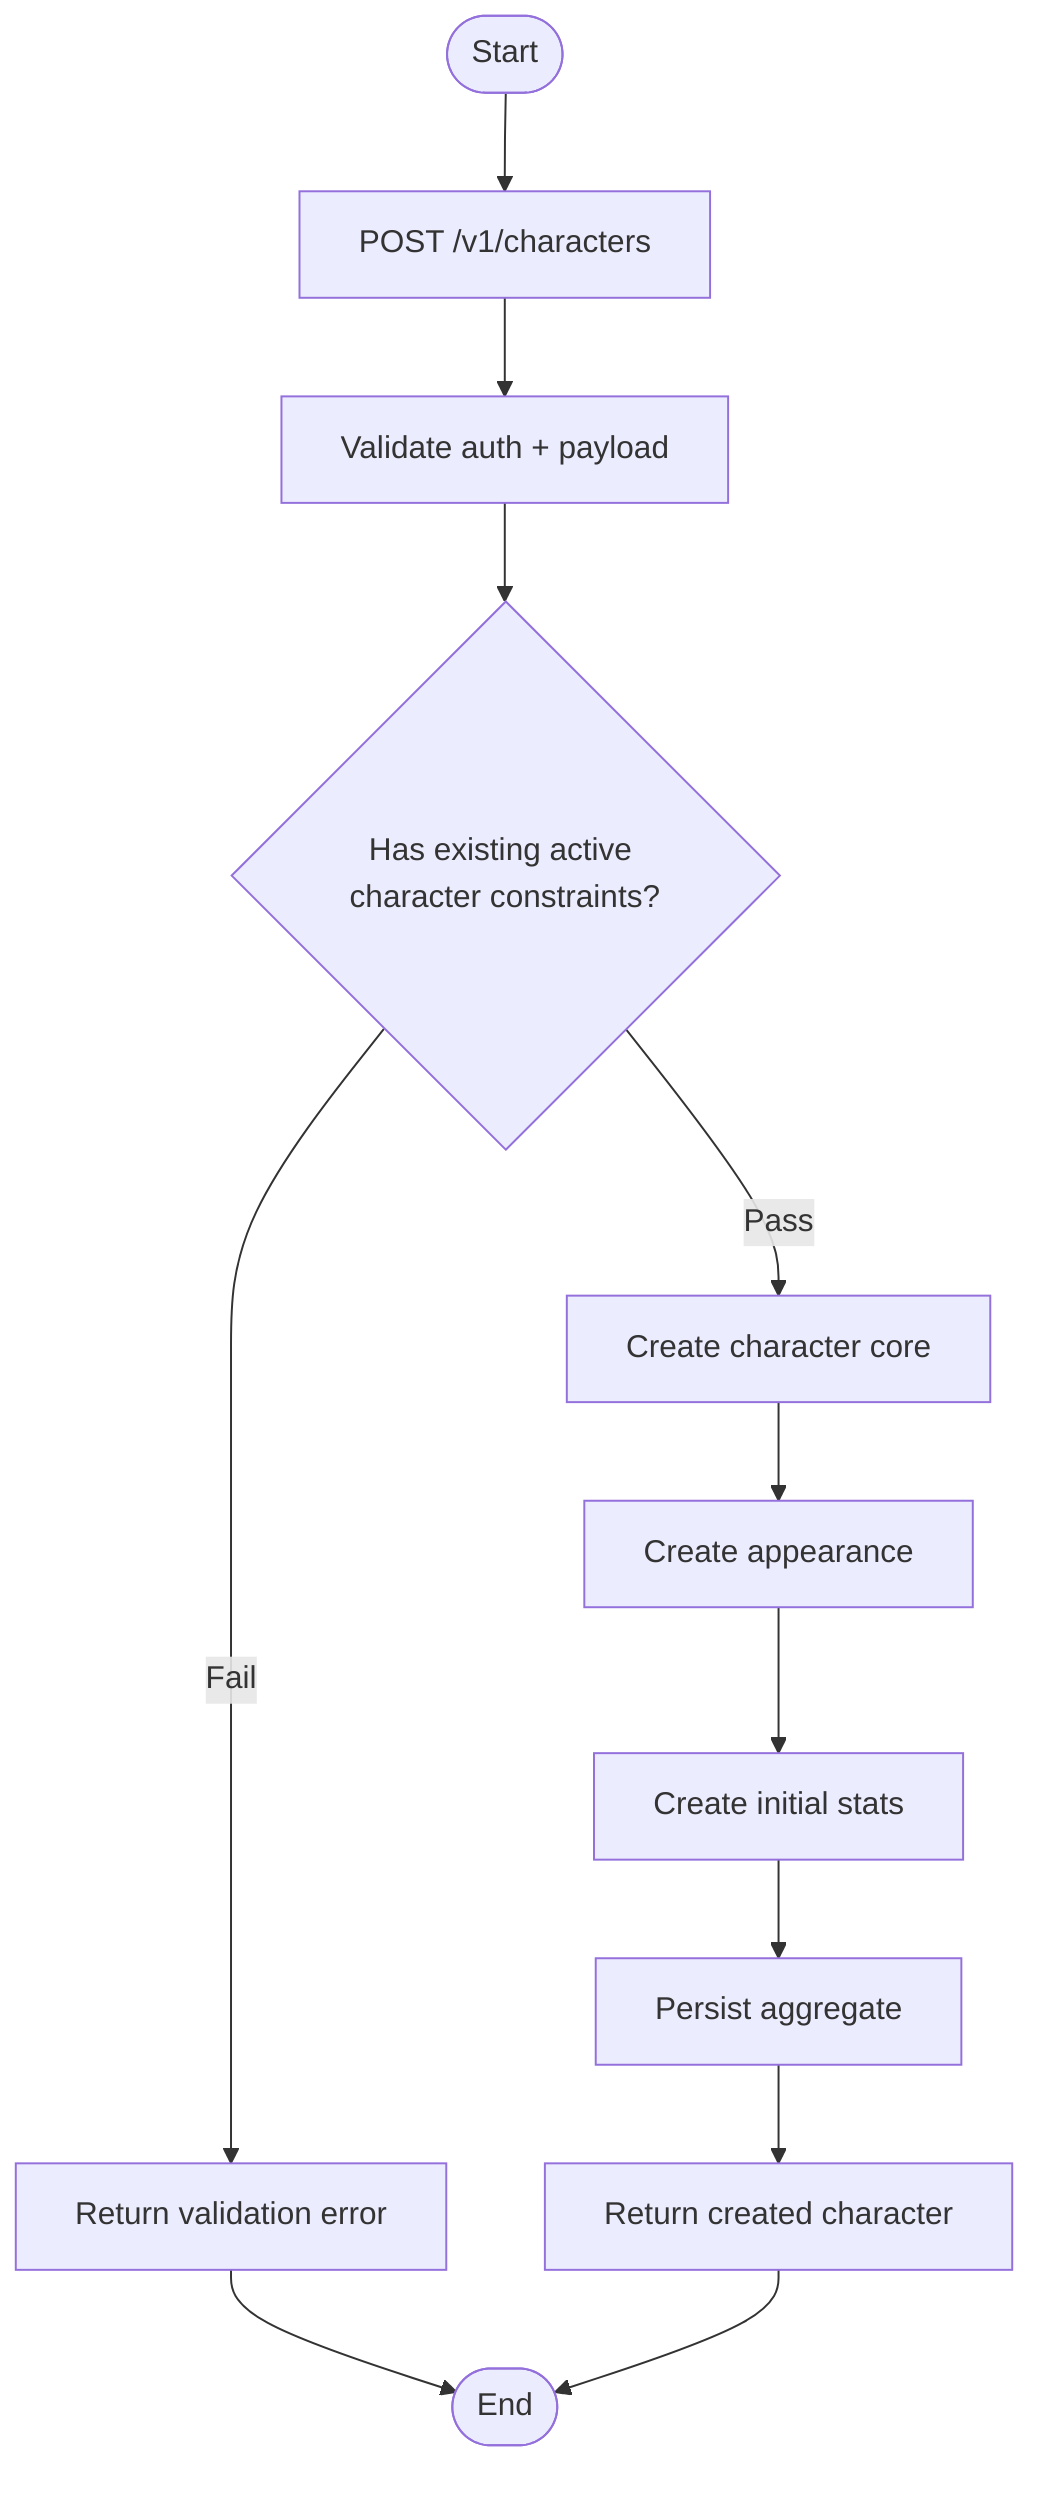
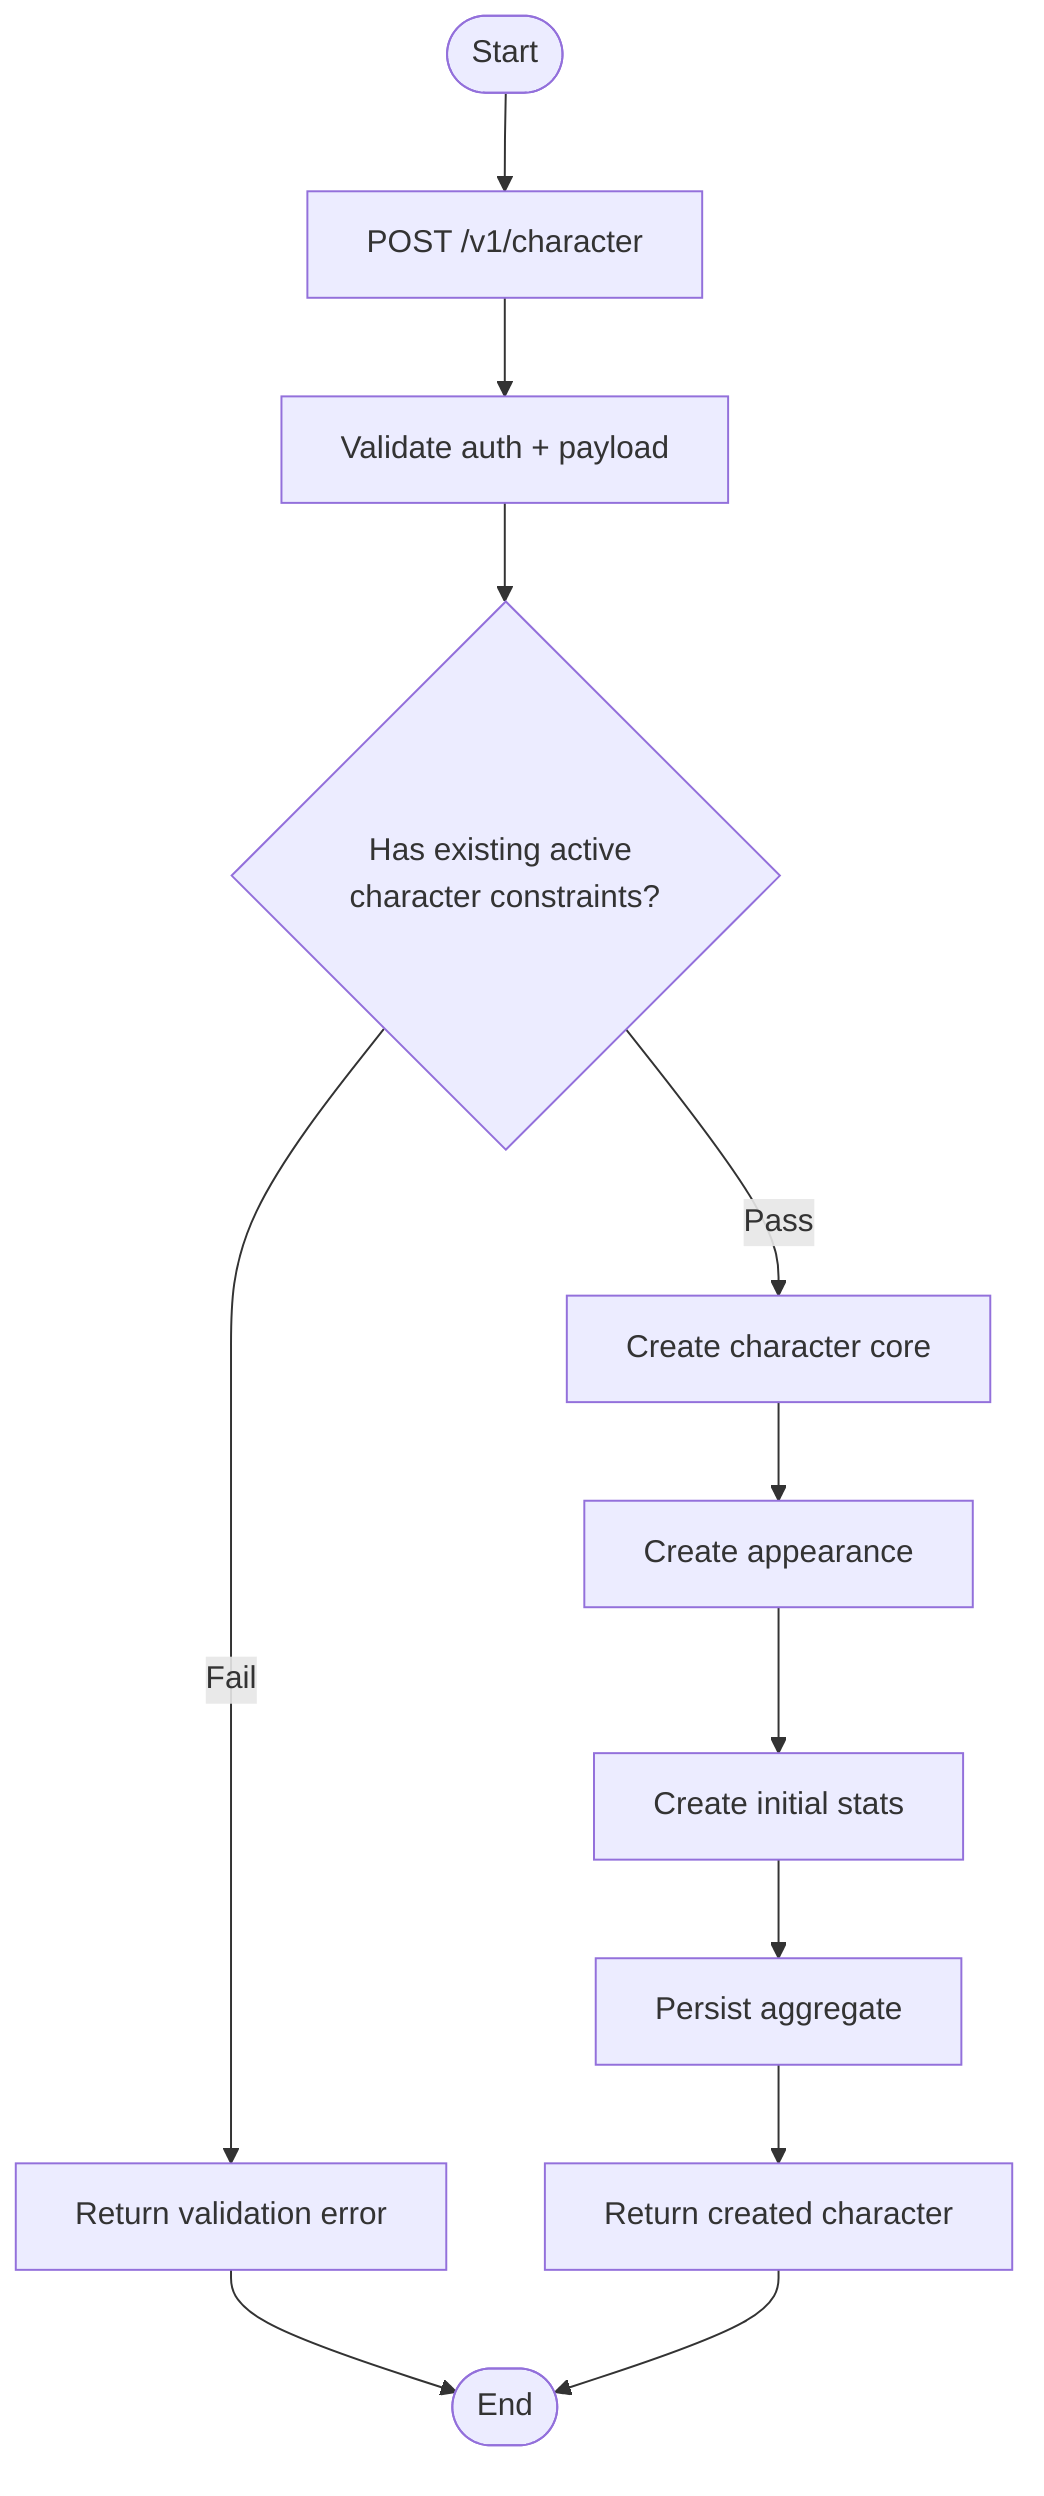
flowchart TD
-   A([Start]) --> B[POST /v1/characters]
+   A([Start]) --> B[POST /v1/character]
  B --> C[Validate auth + payload]
  C --> D{Has existing active character constraints?}
  D -->|Fail| X[Return validation error]
  D -->|Pass| E[Create character core]
  E --> F[Create appearance]
  F --> G[Create initial stats]
  G --> H[Persist aggregate]
  H --> I[Return created character]
  X --> Z([End])
  I --> Z
